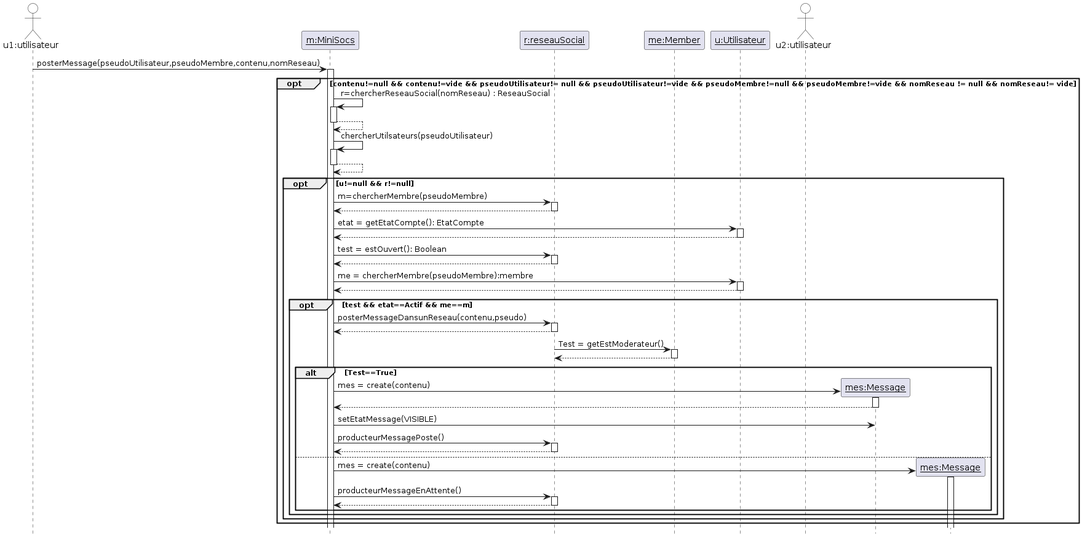
yesminete/MiniSocs keeps this PlantUML diagram as Diagrammes/minisocs_uml_diag_seq_poster_message.png. Above is the earlier version.
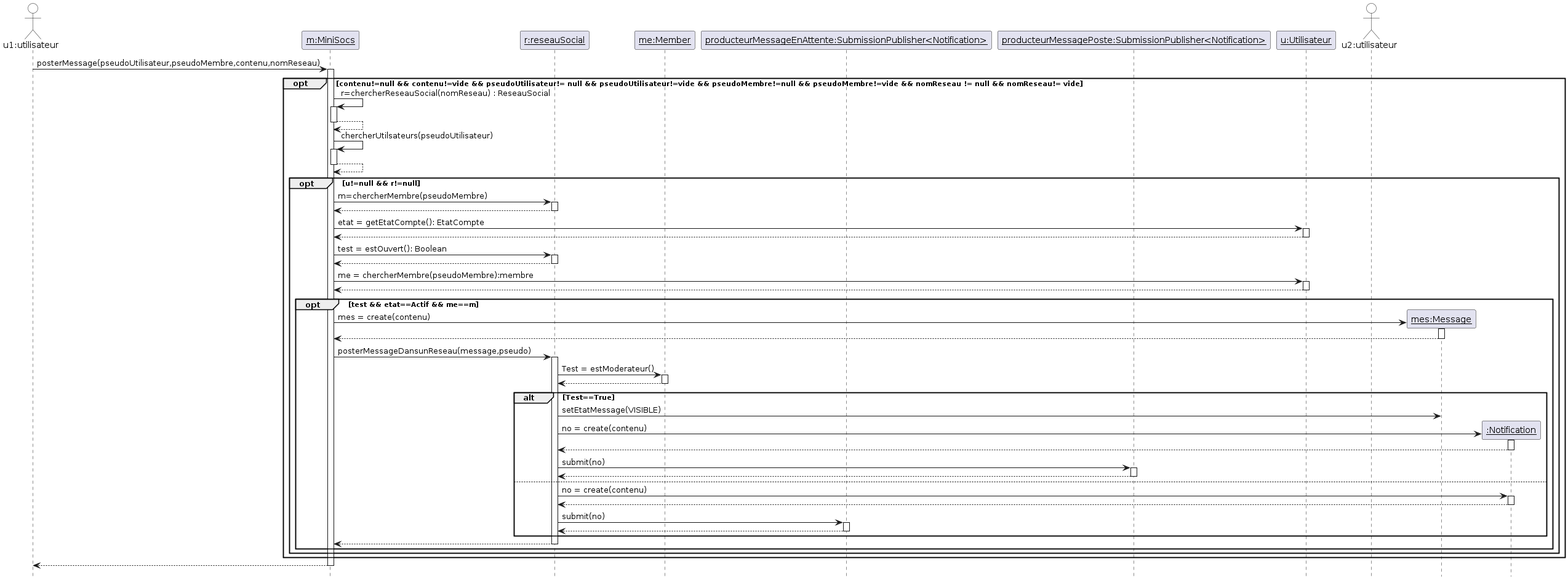
After the commit.

What changed in the source:
```diff
@@ -10,6 +10,10 @@
 participant "__r:reseauSocial__" as r
 participant "__me:Member__" as m
 participant "__u:Utilisateur__" as u
+participant "__producteurMessageEnAttente:SubmissionPublisher<Notification>__" as po
+participant "__producteurMessagePoste:SubmissionPublisher<Notification>__" as pp
+participant "__u:Utilisateur__" as u
+
 actor "u2:utilisateur" as u2
 
 u1 -> sys++: posterMessage(pseudoUtilisateur,pseudoMembre,contenu,nomReseau)
@@ -28,24 +32,30 @@
 sys -> u ++: me = chercherMembre(pseudoMembre):membre
 return
 opt test && etat==Actif && me==m
-sys->r ++ : posterMessageDansunReseau(contenu,pseudo)
-return
-r->m ++: Test = getEstModerateur()
-return
-alt Test==True
 create "__mes:Message__" as mes
 sys-> mes ++: mes = create(contenu)
 return
-sys-> mes : setEtatMessage(VISIBLE)
-sys -> r ++: producteurMessagePoste()
+
+sys->r ++ : posterMessageDansunReseau(message,pseudo)
+r->m ++: Test = estModerateur()
+return
+alt Test==True
+r-> mes : setEtatMessage(VISIBLE)
+create "__:Notification__" as no
+r-> no ++: no = create(contenu)
+return
+r -> pp ++: submit(no)
 return
 else
-create "__mes:Message__" as mes2
-sys->mes2 ++: mes = create(contenu)
-sys -> r++: producteurMessageEnAttente()
+create "__:Notification__" as no
+r-> no ++: no = create(contenu)
+return
+r -> po ++: submit(no)
+return
+end
 return
 end
 end
 end
-end
+return
 @enduml
```
